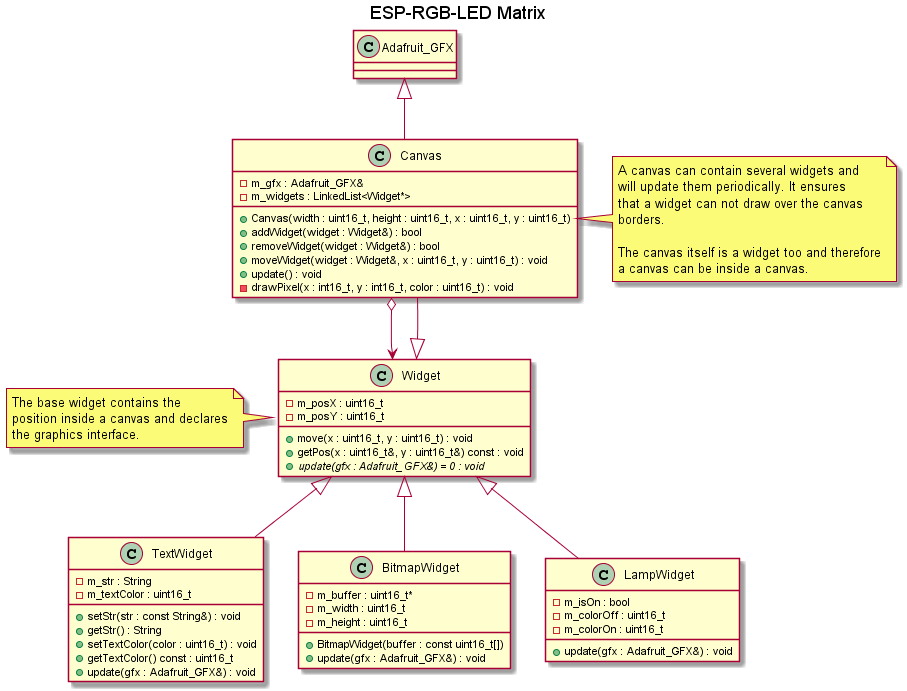
The PlantUML diagram doc/design/widgets.png in BlueAndi/Pixelix, before a commit.
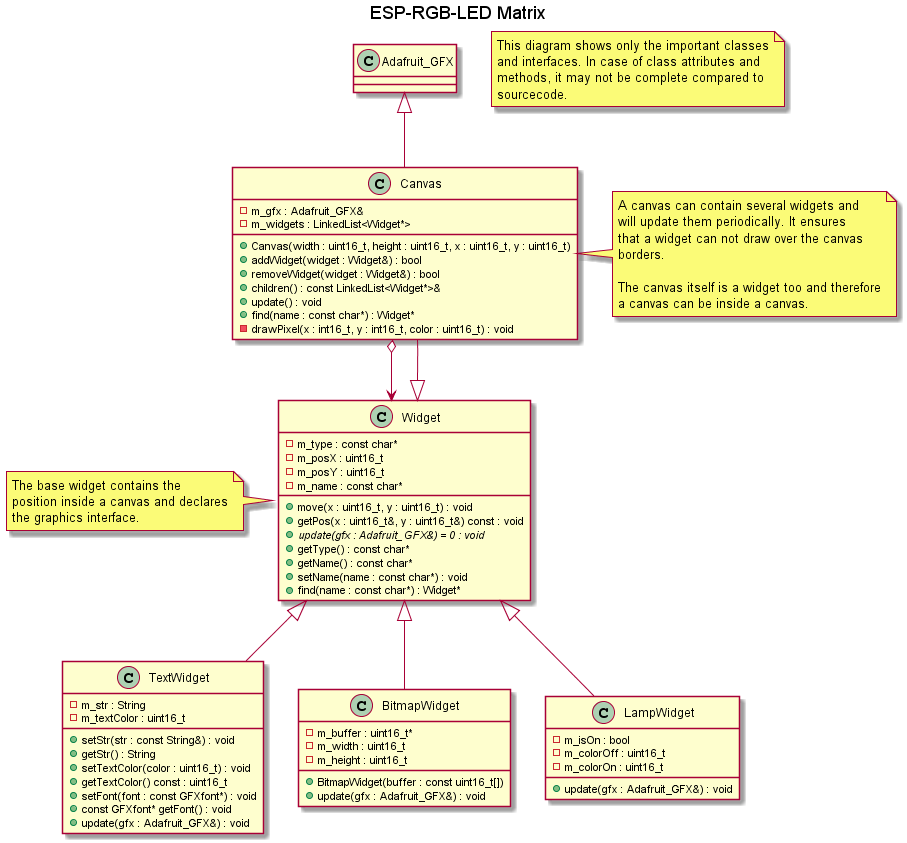
After the commit.

Diff of the diagram source:
```diff
@@ -1,6 +1,13 @@
 @startuml
 
 title ESP-RGB-LED Matrix
+
+note as N1
+    This diagram shows only the important classes
+    and interfaces. In case of class attributes and
+    methods, it may not be complete compared to
+    sourcecode.
+end note
 
 class Adafruit_GFX
 
@@ -10,8 +17,9 @@
     + Canvas(width : uint16_t, height : uint16_t, x : uint16_t, y : uint16_t)
     + addWidget(widget : Widget&) : bool
     + removeWidget(widget : Widget&) : bool
-    + moveWidget(widget : Widget&, x : uint16_t, y : uint16_t) : void
+    + children() : const LinkedList<Widget*>&
     + update() : void
+    + find(name : const char*) : Widget*
     - drawPixel(x : int16_t, y : int16_t, color : uint16_t) : void
 }
 
@@ -30,11 +38,17 @@
 end note
 
 class Widget {
+    - m_type : const char*
     - m_posX : uint16_t
     - m_posY : uint16_t
+    - m_name : const char*
     + move(x : uint16_t, y : uint16_t) : void
     + getPos(x : uint16_t&, y : uint16_t&) const : void
     + {abstract} update(gfx : Adafruit_GFX&) = 0 : void
+    + getType() : const char*
+    + getName() : const char*
+    + setName(name : const char*) : void
+    + find(name : const char*) : Widget*
 }
 
 note left of Widget
@@ -50,6 +64,8 @@
     + getStr() : String
     + setTextColor(color : uint16_t) : void
     + getTextColor() const : uint16_t
+    + setFont(font : const GFXfont*) : void
+    + const GFXfont* getFont() : void
     + update(gfx : Adafruit_GFX&) : void
 }
 
```
